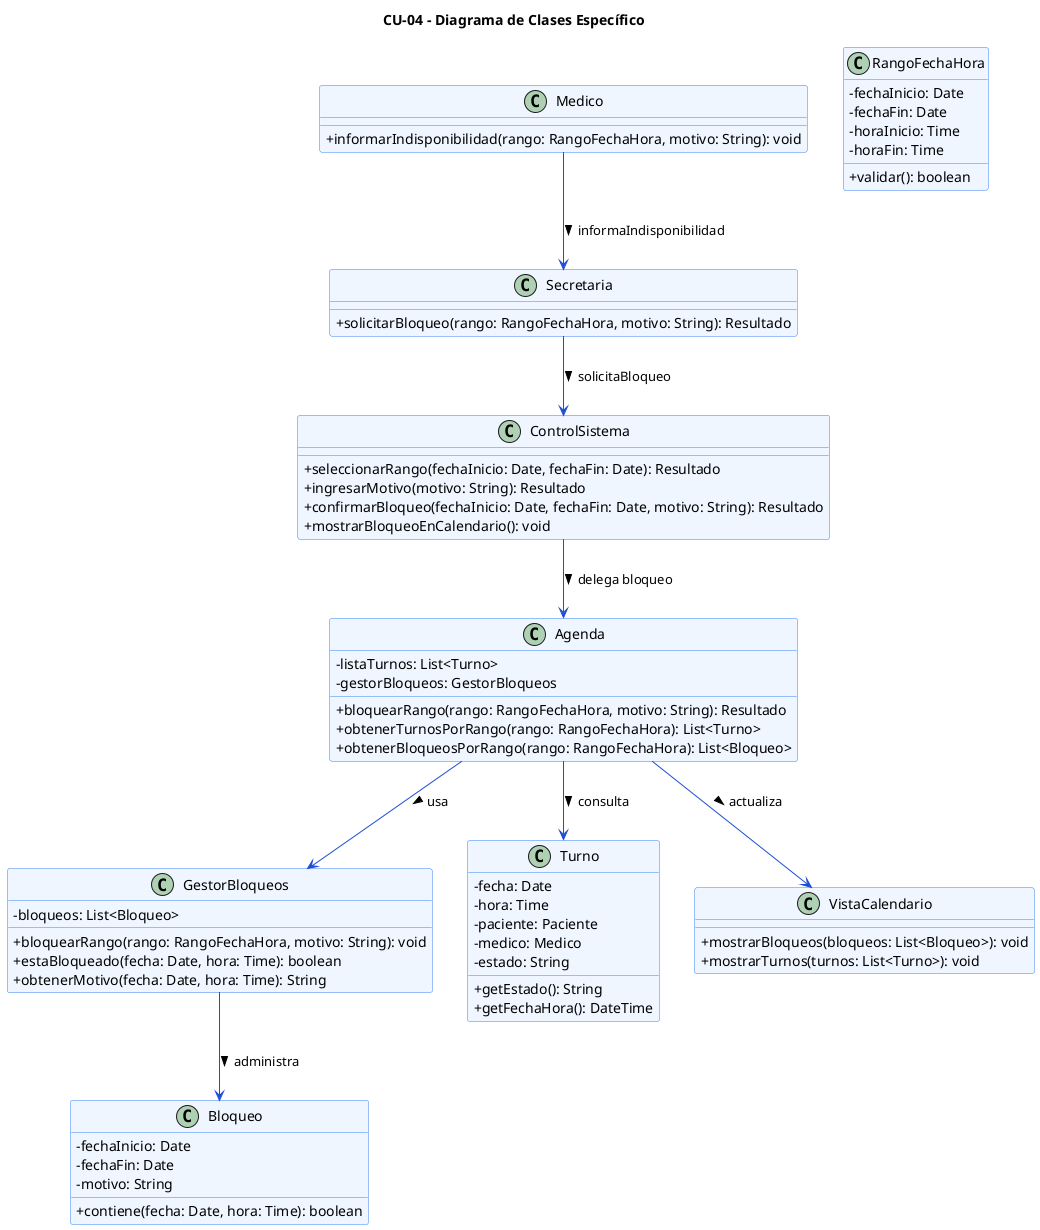
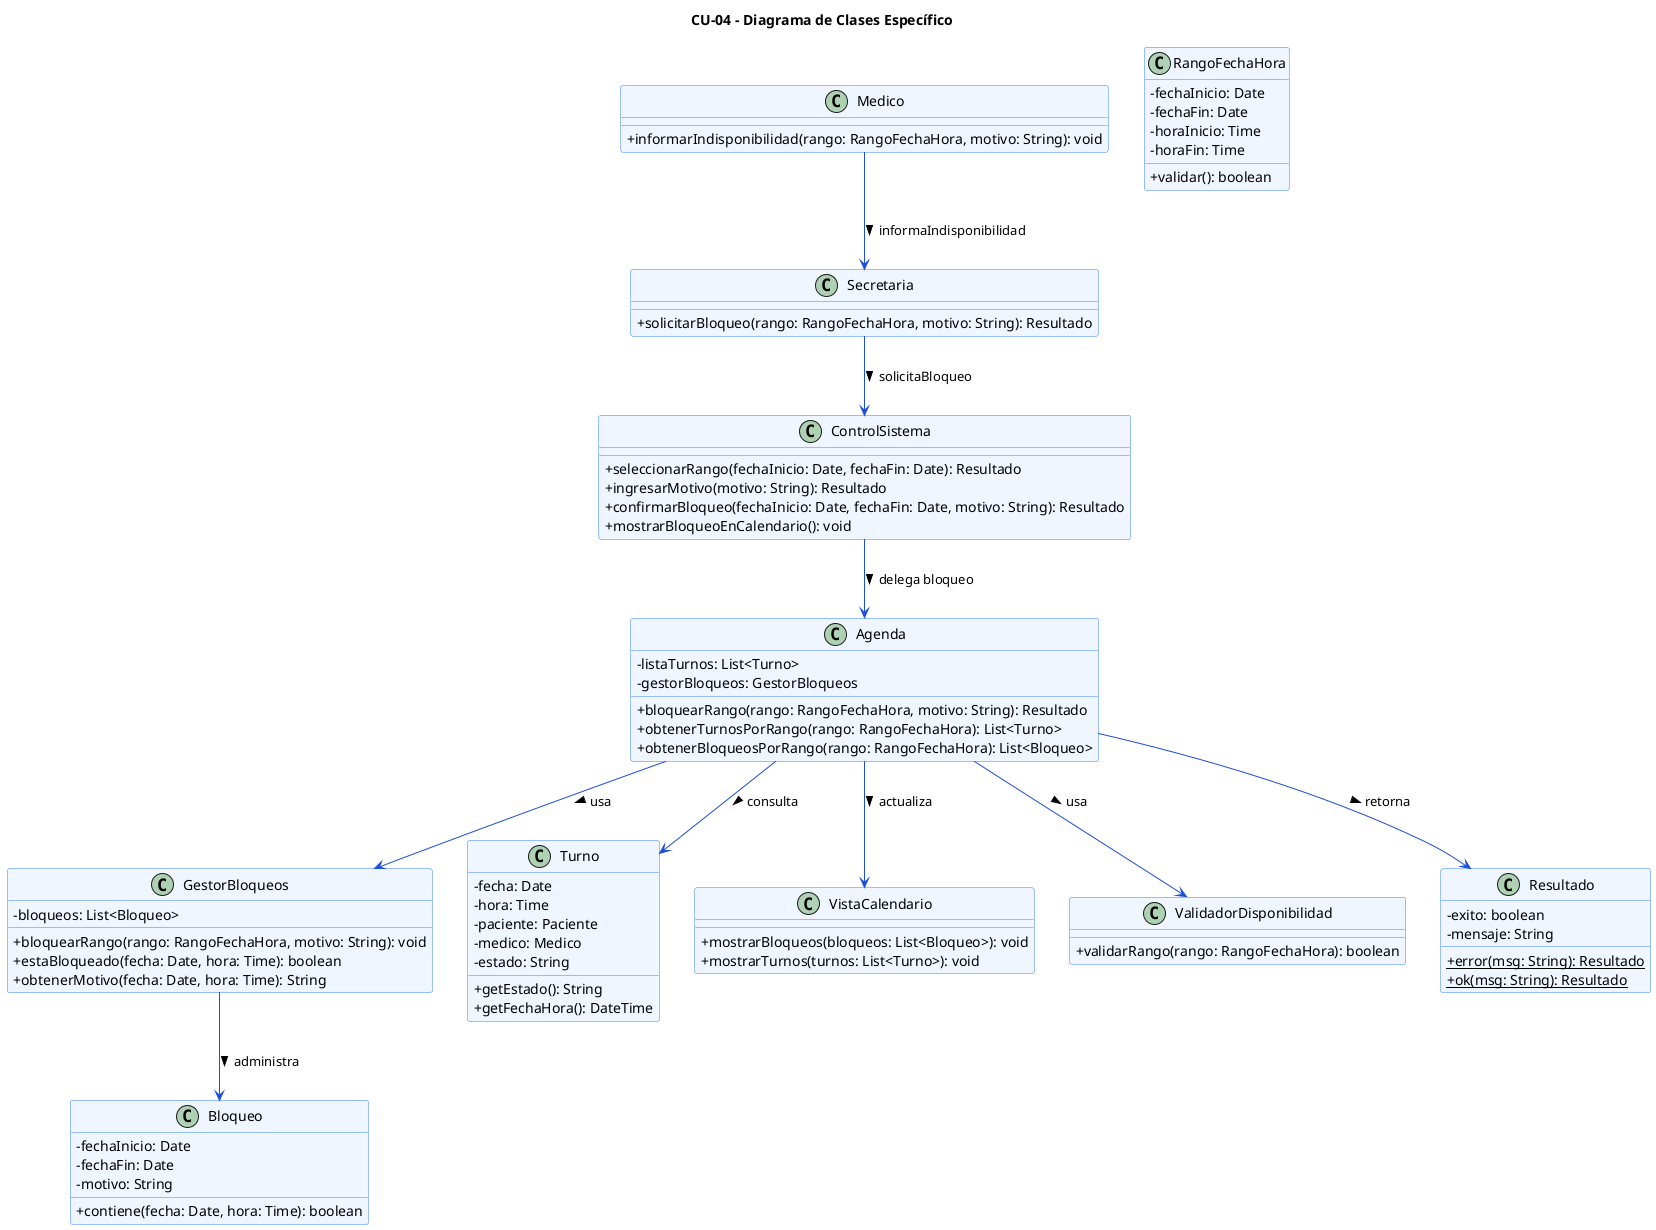
@startuml CU04-Clases-Bloquear-Horarios
skinparam classAttributeIconSize 0
skinparam class {
    BackgroundColor #EFF6FF
    BorderColor #3B82F6
    ArrowColor #1D4ED8
}

title CU-04 - Diagrama de Clases Específico

class Secretaria {
    + solicitarBloqueo(rango: RangoFechaHora, motivo: String): Resultado
}

class Medico {
    + informarIndisponibilidad(rango: RangoFechaHora, motivo: String): void
}

class Agenda {
    - listaTurnos: List<Turno>
    - gestorBloqueos: GestorBloqueos
    + bloquearRango(rango: RangoFechaHora, motivo: String): Resultado
    + obtenerTurnosPorRango(rango: RangoFechaHora): List<Turno>
    + obtenerBloqueosPorRango(rango: RangoFechaHora): List<Bloqueo>
}

class GestorBloqueos {
    - bloqueos: List<Bloqueo>
    + bloquearRango(rango: RangoFechaHora, motivo: String): void
    + estaBloqueado(fecha: Date, hora: Time): boolean
    + obtenerMotivo(fecha: Date, hora: Time): String
}

class Bloqueo {
    - fechaInicio: Date
    - fechaFin: Date
    - motivo: String
    + contiene(fecha: Date, hora: Time): boolean
}

class Turno {
    - fecha: Date
    - hora: Time
    - paciente: Paciente
    - medico: Medico
    - estado: String
    + getEstado(): String
    + getFechaHora(): DateTime
}

class VistaCalendario {
    + mostrarBloqueos(bloqueos: List<Bloqueo>): void
    + mostrarTurnos(turnos: List<Turno>): void
}

class RangoFechaHora {
    - fechaInicio: Date
    - fechaFin: Date
    - horaInicio: Time
    - horaFin: Time
    + validar(): boolean
}

class ControlSistema {
    + seleccionarRango(fechaInicio: Date, fechaFin: Date): Resultado
    + ingresarMotivo(motivo: String): Resultado
    + confirmarBloqueo(fechaInicio: Date, fechaFin: Date, motivo: String): Resultado
    + mostrarBloqueoEnCalendario(): void
}

Secretaria --> ControlSistema : solicitaBloqueo >
ControlSistema --> Agenda : delega bloqueo >
Medico --> Secretaria : informaIndisponibilidad >
Agenda --> GestorBloqueos : usa >
Agenda --> Turno : consulta >
Agenda --> VistaCalendario : actualiza >
GestorBloqueos --> Bloqueo : administra >
+ class ValidadorDisponibilidad {
+     + validarRango(rango: RangoFechaHora): boolean
+ }
+ 
+ class Resultado {
+     - exito: boolean
+     - mensaje: String
+     + {static} error(msg: String): Resultado
+     + {static} ok(msg: String): Resultado
+ }
+ 
+ Agenda --> ValidadorDisponibilidad : usa >
+ Agenda --> Resultado : retorna >
@enduml